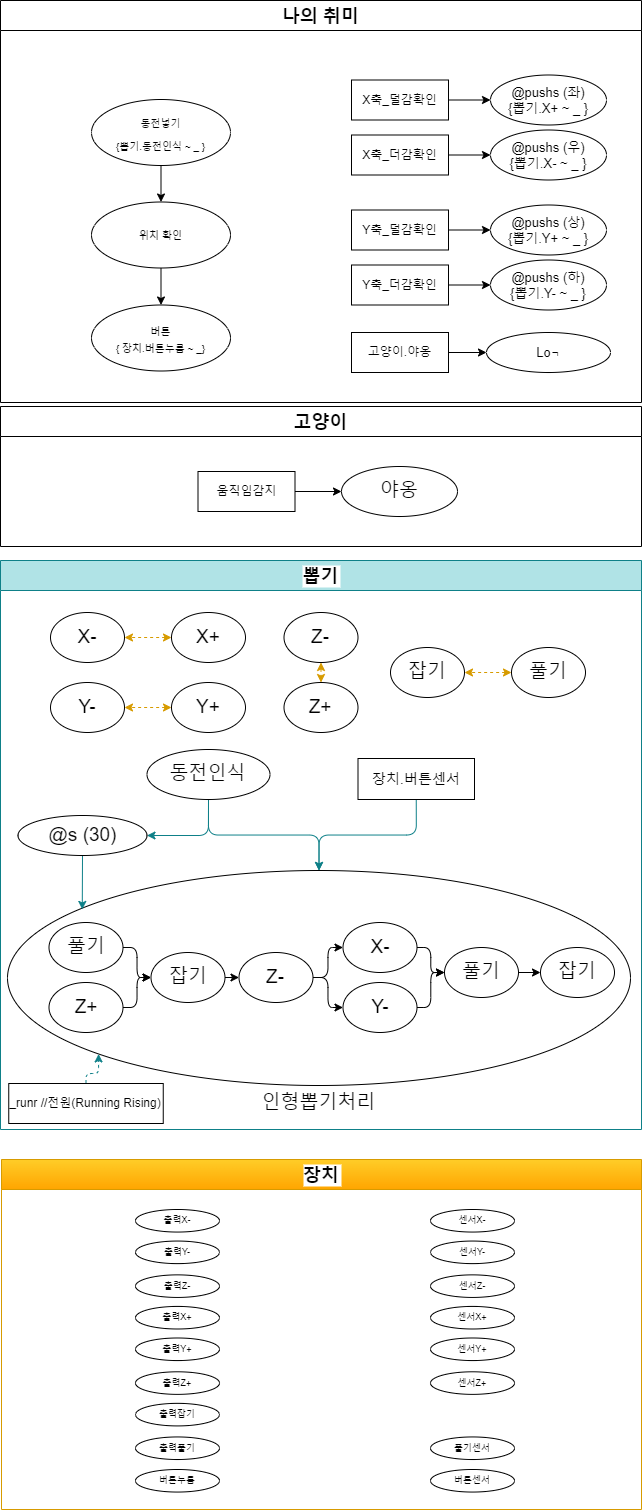
Above: MySystem/png/my4.dio.png in DualsoftDev/ds (draw.io), before the change. Source tidied: cells renumbered, new cells last; positions are measured from the earlier drawing's top-left corner, leaving out a move shared by most shapes.
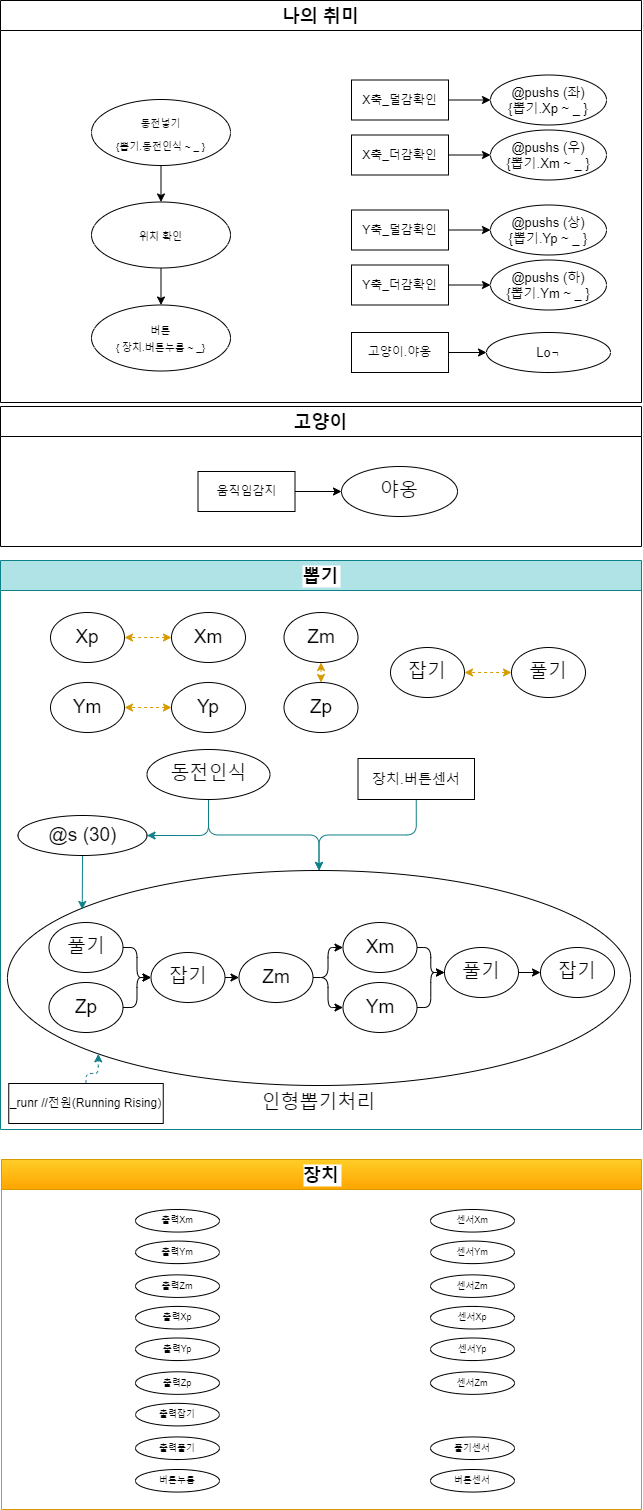
After the commit.

Diff of the diagram source:
```diff
@@ -8,19 +8,19 @@
     <mxCell id="3" style="edgeStyle=orthogonalEdgeStyle;html=1;exitX=0;exitY=0.5;exitDx=0;exitDy=0;dashed=1;entryX=1;entryY=0.5;entryDx=0;entryDy=0;startArrow=classic;startFill=1;fillColor=#ffcd28;gradientColor=#ffa500;strokeColor=#d79b00;" parent="2" edge="1" source="4" target="5">
       <mxGeometry relative="1" as="geometry" />
     </mxCell>
-    <mxCell id="4" value="X+" style="ellipse;whiteSpace=wrap;html=1;labelBackgroundColor=#FFFFFF;fontColor=none;fontSize=19;" parent="2" vertex="1">
+    <mxCell id="4" value="Xm" style="ellipse;whiteSpace=wrap;html=1;labelBackgroundColor=#FFFFFF;fontColor=none;fontSize=19;" parent="2" vertex="1">
       <mxGeometry x="171" y="52" width="74" height="50" as="geometry" />
     </mxCell>
-    <mxCell id="5" value="X-" style="ellipse;whiteSpace=wrap;html=1;labelBackgroundColor=#FFFFFF;fontColor=none;fontSize=19;" parent="2" vertex="1">
+    <mxCell id="5" value="Xp" style="ellipse;whiteSpace=wrap;html=1;labelBackgroundColor=#FFFFFF;fontColor=none;fontSize=19;" parent="2" vertex="1">
       <mxGeometry x="50" y="52" width="74" height="50" as="geometry" />
     </mxCell>
     <mxCell id="6" style="edgeStyle=none;html=1;exitX=0.5;exitY=1;exitDx=0;exitDy=0;entryX=0.5;entryY=0;entryDx=0;entryDy=0;startArrow=classic;startFill=1;dashed=1;fillColor=#ffcd28;gradientColor=#ffa500;strokeColor=#d79b00;" parent="2" edge="1" source="7" target="8">
       <mxGeometry relative="1" as="geometry" />
     </mxCell>
-    <mxCell id="7" value="Z-" style="ellipse;whiteSpace=wrap;html=1;labelBackgroundColor=#FFFFFF;fontColor=none;fontSize=19;" parent="2" vertex="1">
+    <mxCell id="7" value="Zm" style="ellipse;whiteSpace=wrap;html=1;labelBackgroundColor=#FFFFFF;fontColor=none;fontSize=19;" parent="2" vertex="1">
       <mxGeometry x="283.5" y="52" width="74" height="50" as="geometry" />
     </mxCell>
-    <mxCell id="8" value="Z+" style="ellipse;whiteSpace=wrap;html=1;labelBackgroundColor=#FFFFFF;fontColor=none;fontSize=19;" parent="2" vertex="1">
+    <mxCell id="8" value="Zp" style="ellipse;whiteSpace=wrap;html=1;labelBackgroundColor=#FFFFFF;fontColor=none;fontSize=19;" parent="2" vertex="1">
       <mxGeometry x="283.5" y="122" width="74" height="50" as="geometry" />
     </mxCell>
     <mxCell id="9" value="인형뽑기처리" style="ellipse;whiteSpace=wrap;html=1;labelBackgroundColor=#FFFFFF;fontColor=none;fontSize=19;labelPosition=center;verticalLabelPosition=bottom;align=center;verticalAlign=top;" parent="2" vertex="1">
@@ -35,10 +35,10 @@
     <mxCell id="12" style="edgeStyle=orthogonalEdgeStyle;html=1;exitX=0;exitY=0.5;exitDx=0;exitDy=0;dashed=1;entryX=1;entryY=0.5;entryDx=0;entryDy=0;startArrow=classic;startFill=1;fillColor=#ffcd28;gradientColor=#ffa500;strokeColor=#d79b00;" parent="2" edge="1" source="10" target="11">
       <mxGeometry relative="1" as="geometry" />
     </mxCell>
-    <mxCell id="13" value="Y+" style="ellipse;whiteSpace=wrap;html=1;labelBackgroundColor=#FFFFFF;fontColor=none;fontSize=19;" parent="2" vertex="1">
+    <mxCell id="13" value="Yp" style="ellipse;whiteSpace=wrap;html=1;labelBackgroundColor=#FFFFFF;fontColor=none;fontSize=19;" parent="2" vertex="1">
       <mxGeometry x="171" y="122" width="74" height="50" as="geometry" />
     </mxCell>
-    <mxCell id="14" value="Y-" style="ellipse;whiteSpace=wrap;html=1;labelBackgroundColor=#FFFFFF;fontColor=none;fontSize=19;" parent="2" vertex="1">
+    <mxCell id="14" value="Ym" style="ellipse;whiteSpace=wrap;html=1;labelBackgroundColor=#FFFFFF;fontColor=none;fontSize=19;" parent="2" vertex="1">
       <mxGeometry x="50" y="122" width="74" height="50" as="geometry" />
     </mxCell>
     <mxCell id="15" style="edgeStyle=orthogonalEdgeStyle;html=1;exitX=0;exitY=0.5;exitDx=0;exitDy=0;dashed=1;entryX=1;entryY=0.5;entryDx=0;entryDy=0;startArrow=classic;startFill=1;fillColor=#ffcd28;gradientColor=#ffa500;strokeColor=#d79b00;" parent="2" edge="1" source="13" target="14">
@@ -53,7 +53,7 @@
     <mxCell id="18" style="edgeStyle=orthogonalEdgeStyle;html=1;exitX=1;exitY=0.5;exitDx=0;exitDy=0;entryX=0;entryY=0.5;entryDx=0;entryDy=0;startArrow=none;startFill=0;" parent="2" edge="1" source="19" target="21">
       <mxGeometry relative="1" as="geometry" />
     </mxCell>
-    <mxCell id="19" value="Z+" style="ellipse;whiteSpace=wrap;html=1;labelBackgroundColor=#FFFFFF;fontColor=none;fontSize=19;" parent="2" vertex="1">
+    <mxCell id="19" value="Zp" style="ellipse;whiteSpace=wrap;html=1;labelBackgroundColor=#FFFFFF;fontColor=none;fontSize=19;" parent="2" vertex="1">
       <mxGeometry x="48.5" y="422" width="74" height="50" as="geometry" />
     </mxCell>
     <mxCell id="20" style="edgeStyle=orthogonalEdgeStyle;html=1;exitX=1;exitY=0.5;exitDx=0;exitDy=0;entryX=0;entryY=0.5;entryDx=0;entryDy=0;startArrow=none;startFill=0;" parent="2" edge="1" source="21" target="24">
@@ -68,19 +68,19 @@
     <mxCell id="23" style="edgeStyle=orthogonalEdgeStyle;html=1;exitX=1;exitY=0.5;exitDx=0;exitDy=0;entryX=0;entryY=0.5;entryDx=0;entryDy=0;startArrow=none;startFill=0;" parent="2" edge="1" source="24" target="28">
       <mxGeometry relative="1" as="geometry" />
     </mxCell>
-    <mxCell id="24" value="Z-" style="ellipse;whiteSpace=wrap;html=1;labelBackgroundColor=#FFFFFF;fontColor=none;fontSize=19;" parent="2" vertex="1">
+    <mxCell id="24" value="Zm" style="ellipse;whiteSpace=wrap;html=1;labelBackgroundColor=#FFFFFF;fontColor=none;fontSize=19;" parent="2" vertex="1">
       <mxGeometry x="238.5" y="392" width="74" height="50" as="geometry" />
     </mxCell>
     <mxCell id="25" style="edgeStyle=orthogonalEdgeStyle;html=1;exitX=1;exitY=0.5;exitDx=0;exitDy=0;entryX=0;entryY=0.5;entryDx=0;entryDy=0;startArrow=none;startFill=0;" parent="2" edge="1" source="26" target="30">
       <mxGeometry relative="1" as="geometry" />
     </mxCell>
-    <mxCell id="26" value="X-" style="ellipse;whiteSpace=wrap;html=1;labelBackgroundColor=#FFFFFF;fontColor=none;fontSize=19;" parent="2" vertex="1">
+    <mxCell id="26" value="Xm" style="ellipse;whiteSpace=wrap;html=1;labelBackgroundColor=#FFFFFF;fontColor=none;fontSize=19;" parent="2" vertex="1">
       <mxGeometry x="342.5" y="362" width="74" height="50" as="geometry" />
     </mxCell>
     <mxCell id="27" style="edgeStyle=orthogonalEdgeStyle;html=1;exitX=1;exitY=0.5;exitDx=0;exitDy=0;entryX=0;entryY=0.5;entryDx=0;entryDy=0;startArrow=none;startFill=0;" parent="2" edge="1" source="28" target="30">
       <mxGeometry relative="1" as="geometry" />
     </mxCell>
-    <mxCell id="28" value="Y-" style="ellipse;whiteSpace=wrap;html=1;labelBackgroundColor=#FFFFFF;fontColor=none;fontSize=19;" parent="2" vertex="1">
+    <mxCell id="28" value="Ym" style="ellipse;whiteSpace=wrap;html=1;labelBackgroundColor=#FFFFFF;fontColor=none;fontSize=19;" parent="2" vertex="1">
       <mxGeometry x="342.5" y="422" width="74" height="50" as="geometry" />
     </mxCell>
     <mxCell id="29" style="edgeStyle=orthogonalEdgeStyle;html=1;exitX=1;exitY=0.5;exitDx=0;exitDy=0;entryX=0;entryY=0.5;entryDx=0;entryDy=0;startArrow=none;startFill=0;" parent="2" edge="1" source="30" target="31">
@@ -128,13 +128,13 @@
     <mxCell id="43" value="X축_더감확인" style="rounded=0;whiteSpace=wrap;html=1;" parent="41" vertex="1">
       <mxGeometry x="351" y="134.5" width="97" height="40" as="geometry" />
     </mxCell>
-    <mxCell id="44" value="@pushs (우)&lt;br&gt;{뽑기.X- ~ _ }" style="ellipse;whiteSpace=wrap;html=1;labelBackgroundColor=#FFFFFF;fontColor=none;fontSize=13;" parent="41" vertex="1">
+    <mxCell id="44" value="@pushs (우)&lt;br&gt;{뽑기.Xm ~ _ }" style="ellipse;whiteSpace=wrap;html=1;labelBackgroundColor=#FFFFFF;fontColor=none;fontSize=13;" parent="41" vertex="1">
       <mxGeometry x="490" y="129.5" width="116" height="50" as="geometry" />
     </mxCell>
     <mxCell id="45" value="Y축_덜감확인" style="rounded=0;whiteSpace=wrap;html=1;" parent="41" vertex="1">
       <mxGeometry x="351" y="209.5" width="97" height="40" as="geometry" />
     </mxCell>
-    <mxCell id="46" value="@pushs (상)&lt;br&gt;{뽑기.Y+ ~ _ }" style="ellipse;whiteSpace=wrap;html=1;labelBackgroundColor=#FFFFFF;fontColor=none;fontSize=13;" parent="41" vertex="1">
+    <mxCell id="46" value="@pushs (상)&lt;br&gt;{뽑기.Yp ~ _ }" style="ellipse;whiteSpace=wrap;html=1;labelBackgroundColor=#FFFFFF;fontColor=none;fontSize=13;" parent="41" vertex="1">
       <mxGeometry x="490" y="204.5" width="116" height="50" as="geometry" />
     </mxCell>
     <mxCell id="47" style="edgeStyle=orthogonalEdgeStyle;html=1;exitX=1;exitY=0.5;exitDx=0;exitDy=0;startArrow=none;startFill=0;" parent="41" edge="1" source="45" target="46">
@@ -143,7 +143,7 @@
     <mxCell id="48" value="Y축_더감확인" style="rounded=0;whiteSpace=wrap;html=1;" parent="41" vertex="1">
       <mxGeometry x="351" y="264.5" width="97" height="40" as="geometry" />
     </mxCell>
-    <mxCell id="49" value="@pushs (하)&lt;br&gt;{뽑기.Y- ~ _ }" style="ellipse;whiteSpace=wrap;html=1;labelBackgroundColor=#FFFFFF;fontColor=none;fontSize=13;" parent="41" vertex="1">
+    <mxCell id="49" value="@pushs (하)&lt;br&gt;{뽑기.Ym ~ _ }" style="ellipse;whiteSpace=wrap;html=1;labelBackgroundColor=#FFFFFF;fontColor=none;fontSize=13;" parent="41" vertex="1">
       <mxGeometry x="490" y="259.5" width="116" height="50" as="geometry" />
     </mxCell>
     <mxCell id="50" style="edgeStyle=orthogonalEdgeStyle;html=1;exitX=1;exitY=0.5;exitDx=0;exitDy=0;startArrow=none;startFill=0;" parent="41" edge="1" source="48" target="49">
@@ -152,7 +152,7 @@
     <mxCell id="51" value="X축_덜감확인" style="rounded=0;whiteSpace=wrap;html=1;" parent="41" vertex="1">
       <mxGeometry x="351" y="79.5" width="97" height="40" as="geometry" />
     </mxCell>
-    <mxCell id="52" value="@pushs (좌)&lt;br&gt;{뽑기.X+ ~ _ }" style="ellipse;whiteSpace=wrap;html=1;labelBackgroundColor=#FFFFFF;fontColor=none;fontSize=13;" parent="41" vertex="1">
+    <mxCell id="52" value="@pushs (좌)&lt;br&gt;{뽑기.Xp ~ _ }" style="ellipse;whiteSpace=wrap;html=1;labelBackgroundColor=#FFFFFF;fontColor=none;fontSize=13;" parent="41" vertex="1">
       <mxGeometry x="490" y="74.5" width="116" height="50" as="geometry" />
     </mxCell>
     <mxCell id="53" style="edgeStyle=orthogonalEdgeStyle;html=1;exitX=1;exitY=0.5;exitDx=0;exitDy=0;startArrow=none;startFill=0;" parent="41" edge="1" source="51" target="52">
@@ -206,16 +206,16 @@
     <mxCell id="69" style="group;" parent="1" vertex="1">
       <mxGeometry x="135" y="1209" width="379" height="250" as="geometry" />
     </mxCell>
-    <mxCell id="70" value="출력X+" style="ellipse;whiteSpace=wrap;html=1;labelBackgroundColor=#FFFFFF;fontColor=none;fontSize=9;" parent="69" vertex="1">
+    <mxCell id="70" value="출력Xp" style="ellipse;whiteSpace=wrap;html=1;labelBackgroundColor=#FFFFFF;fontColor=none;fontSize=9;" parent="69" vertex="1">
       <mxGeometry y="96.9" width="84" height="22.5" as="geometry" />
     </mxCell>
-    <mxCell id="71" value="출력X-" style="ellipse;whiteSpace=wrap;html=1;labelBackgroundColor=#FFFFFF;fontColor=none;fontSize=9;" parent="69" vertex="1">
+    <mxCell id="71" value="출력Xm" style="ellipse;whiteSpace=wrap;html=1;labelBackgroundColor=#FFFFFF;fontColor=none;fontSize=9;" parent="69" vertex="1">
       <mxGeometry width="84" height="22.5" as="geometry" />
     </mxCell>
-    <mxCell id="72" value="출력Z-" style="ellipse;whiteSpace=wrap;html=1;labelBackgroundColor=#FFFFFF;fontColor=none;fontSize=9;" parent="69" vertex="1">
+    <mxCell id="72" value="출력Zm" style="ellipse;whiteSpace=wrap;html=1;labelBackgroundColor=#FFFFFF;fontColor=none;fontSize=9;" parent="69" vertex="1">
       <mxGeometry y="65.4" width="84" height="22.5" as="geometry" />
     </mxCell>
-    <mxCell id="73" value="출력Z+" style="ellipse;whiteSpace=wrap;html=1;labelBackgroundColor=#FFFFFF;fontColor=none;fontSize=9;" parent="69" vertex="1">
+    <mxCell id="73" value="출력Zp" style="ellipse;whiteSpace=wrap;html=1;labelBackgroundColor=#FFFFFF;fontColor=none;fontSize=9;" parent="69" vertex="1">
       <mxGeometry y="162.3" width="84" height="22.5" as="geometry" />
     </mxCell>
     <mxCell id="74" value="출력풀기" style="ellipse;whiteSpace=wrap;html=1;labelBackgroundColor=#FFFFFF;fontColor=none;fontSize=9;" parent="69" vertex="1">
@@ -224,31 +224,31 @@
     <mxCell id="75" value="출력잡기" style="ellipse;whiteSpace=wrap;html=1;labelBackgroundColor=#FFFFFF;fontColor=none;fontSize=9;" parent="69" vertex="1">
       <mxGeometry y="193.9" width="84" height="22.5" as="geometry" />
     </mxCell>
-    <mxCell id="76" value="출력Y+" style="ellipse;whiteSpace=wrap;html=1;labelBackgroundColor=#FFFFFF;fontColor=none;fontSize=9;" parent="69" vertex="1">
+    <mxCell id="76" value="출력Yp" style="ellipse;whiteSpace=wrap;html=1;labelBackgroundColor=#FFFFFF;fontColor=none;fontSize=9;" parent="69" vertex="1">
       <mxGeometry y="128.5" width="84" height="22.5" as="geometry" />
     </mxCell>
-    <mxCell id="77" value="출력Y-" style="ellipse;whiteSpace=wrap;html=1;labelBackgroundColor=#FFFFFF;fontColor=none;fontSize=9;" parent="69" vertex="1">
+    <mxCell id="77" value="출력Ym" style="ellipse;whiteSpace=wrap;html=1;labelBackgroundColor=#FFFFFF;fontColor=none;fontSize=9;" parent="69" vertex="1">
       <mxGeometry y="31.6" width="84" height="22.5" as="geometry" />
     </mxCell>
-    <mxCell id="78" value="센서X+" style="ellipse;whiteSpace=wrap;html=1;labelBackgroundColor=#FFFFFF;fontColor=none;fontSize=9;" parent="69" vertex="1">
+    <mxCell id="78" value="센서Xp" style="ellipse;whiteSpace=wrap;html=1;labelBackgroundColor=#FFFFFF;fontColor=none;fontSize=9;" parent="69" vertex="1">
       <mxGeometry x="295" y="96.9" width="84" height="22.5" as="geometry" />
     </mxCell>
-    <mxCell id="79" value="센서X-" style="ellipse;whiteSpace=wrap;html=1;labelBackgroundColor=#FFFFFF;fontColor=none;fontSize=9;" parent="69" vertex="1">
+    <mxCell id="79" value="센서Xm" style="ellipse;whiteSpace=wrap;html=1;labelBackgroundColor=#FFFFFF;fontColor=none;fontSize=9;" parent="69" vertex="1">
       <mxGeometry x="295" width="84" height="22.5" as="geometry" />
     </mxCell>
-    <mxCell id="80" value="센서Z-" style="ellipse;whiteSpace=wrap;html=1;labelBackgroundColor=#FFFFFF;fontColor=none;fontSize=9;" parent="69" vertex="1">
+    <mxCell id="80" value="센서Zm" style="ellipse;whiteSpace=wrap;html=1;labelBackgroundColor=#FFFFFF;fontColor=none;fontSize=9;" parent="69" vertex="1">
       <mxGeometry x="295" y="65.4" width="84" height="22.5" as="geometry" />
     </mxCell>
-    <mxCell id="81" value="센서Z+" style="ellipse;whiteSpace=wrap;html=1;labelBackgroundColor=#FFFFFF;fontColor=none;fontSize=9;" parent="69" vertex="1">
+    <mxCell id="81" value="센서Zm" style="ellipse;whiteSpace=wrap;html=1;labelBackgroundColor=#FFFFFF;fontColor=none;fontSize=9;" parent="69" vertex="1">
       <mxGeometry x="295" y="162.3" width="84" height="22.5" as="geometry" />
     </mxCell>
     <mxCell id="82" value="풀기센서" style="ellipse;whiteSpace=wrap;html=1;labelBackgroundColor=#FFFFFF;fontColor=none;fontSize=9;" parent="69" vertex="1">
       <mxGeometry x="295" y="227.5" width="84" height="22.5" as="geometry" />
     </mxCell>
-    <mxCell id="83" value="센서Y+" style="ellipse;whiteSpace=wrap;html=1;labelBackgroundColor=#FFFFFF;fontColor=none;fontSize=9;" parent="69" vertex="1">
+    <mxCell id="83" value="센서Yp" style="ellipse;whiteSpace=wrap;html=1;labelBackgroundColor=#FFFFFF;fontColor=none;fontSize=9;" parent="69" vertex="1">
       <mxGeometry x="295" y="128.5" width="84" height="22.5" as="geometry" />
     </mxCell>
-    <mxCell id="84" value="센서Y-" style="ellipse;whiteSpace=wrap;html=1;labelBackgroundColor=#FFFFFF;fontColor=none;fontSize=9;" parent="69" vertex="1">
+    <mxCell id="84" value="센서Ym" style="ellipse;whiteSpace=wrap;html=1;labelBackgroundColor=#FFFFFF;fontColor=none;fontSize=9;" parent="69" vertex="1">
       <mxGeometry x="295" y="31.6" width="84" height="22.5" as="geometry" />
     </mxCell>
   </root>
```
